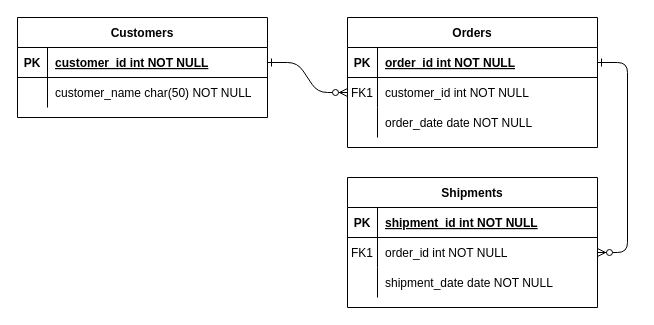
Above: Untitled Diagram.drawio in MatiasGonzalez1/diagrams_db (draw.io), before the change. Source tidied: cells renumbered, new cells numbered last; positions are measured from the earlier drawing's top-left corner, leaving out a move shared by most shapes. Both pictures are drawn from the tidied source at 100%, with x=0, y=0 at pixel (17, 17).
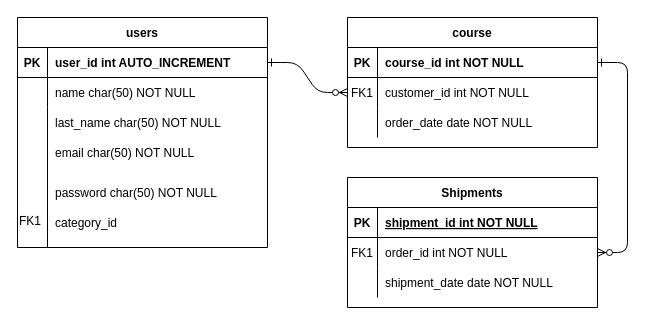
After the change.

The change refers to these unchanged cells:
```xml
<mxCell id="5" style="shape=partialRectangle;fillColor=none;points=[[0,0.5],[1,0.5]];portConstraint=eastwest;top=0;left=0;right=0;bottom=1;" parent="4" vertex="1">
  <mxGeometry y="30" width="250" height="30" as="geometry" />
</mxCell>
<mxCell id="25" style="shape=partialRectangle;fillColor=none;points=[[0,0.5],[1,0.5]];portConstraint=eastwest;top=0;left=0;right=0;bottom=1;" parent="24" vertex="1">
  <mxGeometry y="30" width="250" height="30" as="geometry" />
</mxCell>
<mxCell id="28" style="shape=partialRectangle;fillColor=none;top=0;left=0;right=0;bottom=0;" parent="24" vertex="1">
  <mxGeometry y="60" width="250" height="30" as="geometry" />
</mxCell>
```

The edit, as a diff of the source:
```diff
@@
-    <mxCell id="4" value="Orders" style="shape=table;startSize=30;childLayout=tableLayout;rowLines=0;fontStyle=1;align=center;" parent="1" vertex="1">
+    <mxCell id="4" value="course" style="shape=table;startSize=30;childLayout=tableLayout;rowLines=0;fontStyle=1;align=center;" parent="1" vertex="1">
       <mxGeometry x="330" width="250" height="130" as="geometry" />
     </mxCell>
@@
-    <mxCell id="7" value="order_id int NOT NULL " style="shape=partialRectangle;overflow=hidden;fillColor=none;top=0;left=0;bottom=0;right=0;align=left;spacingLeft=6;fontStyle=5;" parent="5" vertex="1">
+    <mxCell id="7" value="course_id int NOT NULL " style="shape=partialRectangle;overflow=hidden;fillColor=none;top=0;left=0;bottom=0;right=0;align=left;spacingLeft=6;fontStyle=1;" parent="5" vertex="1">
       <mxGeometry x="30" width="220" height="30" as="geometry" />
     </mxCell>
@@
-    <mxCell id="24" value="Customers" style="shape=table;startSize=30;childLayout=tableLayout;rowLines=0;fontStyle=1;align=center;" parent="1" vertex="1">
-      <mxGeometry width="250" height="100" as="geometry" />
+    <mxCell id="24" value="users" style="shape=table;startSize=30;childLayout=tableLayout;rowLines=0;fontStyle=1;align=center;" parent="1" vertex="1">
+      <mxGeometry width="250" height="230" as="geometry" />
     </mxCell>
@@
-    <mxCell id="27" value="customer_id int NOT NULL " style="shape=partialRectangle;overflow=hidden;fillColor=none;top=0;left=0;bottom=0;right=0;align=left;spacingLeft=6;fontStyle=5;" parent="25" vertex="1">
+    <mxCell id="27" value="user_id int AUTO_INCREMENT" style="shape=partialRectangle;overflow=hidden;fillColor=none;top=0;left=0;bottom=0;right=0;align=left;spacingLeft=6;fontStyle=1;" parent="25" vertex="1">
       <mxGeometry x="30" width="220" height="30" as="geometry" />
     </mxCell>
@@
-    <mxCell id="30" value="customer_name char(50) NOT NULL" style="shape=partialRectangle;overflow=hidden;fillColor=none;top=0;left=0;bottom=0;right=0;align=left;spacingLeft=6;" parent="28" vertex="1">
+    <mxCell id="30" value="name char(50) NOT NULL" style="shape=partialRectangle;overflow=hidden;fillColor=none;top=0;left=0;bottom=0;right=0;align=left;spacingLeft=6;" parent="28" vertex="1">
       <mxGeometry x="30" width="220" height="30" as="geometry" />
     </mxCell>
+    <mxCell id="31" value="last_name char(50) NOT NULL" style="shape=partialRectangle;overflow=hidden;fillColor=none;top=0;left=0;bottom=0;right=0;align=left;spacingLeft=6;" parent="1" vertex="1">
+      <mxGeometry x="30" y="90" width="220" height="30" as="geometry" />
+    </mxCell>
+    <mxCell id="32" value="email char(50) NOT NULL" style="shape=partialRectangle;overflow=hidden;fillColor=none;top=0;left=0;bottom=0;right=0;align=left;spacingLeft=6;" parent="1" vertex="1">
+      <mxGeometry x="30" y="120" width="220" height="30" as="geometry" />
+    </mxCell>
+    <mxCell id="33" value="password char(50) NOT NULL" style="shape=partialRectangle;overflow=hidden;fillColor=none;top=0;left=0;bottom=0;right=0;align=left;spacingLeft=6;" parent="1" vertex="1">
+      <mxGeometry x="30" y="160" width="220" height="30" as="geometry" />
+    </mxCell>
+    <mxCell id="34" value="category_id" style="shape=partialRectangle;overflow=hidden;fillColor=none;top=0;left=0;bottom=0;right=0;align=left;spacingLeft=6;" parent="1" vertex="1">
+      <mxGeometry x="30" y="190" width="220" height="30" as="geometry" />
+    </mxCell>
+    <mxCell id="35" style="endArrow=none;html=1;rounded=0;" parent="1" edge="1">
+      <mxGeometry relative="1" as="geometry">
+        <mxPoint x="30" y="230" as="sourcePoint" />
+        <mxPoint x="30" y="90" as="targetPoint" />
+      </mxGeometry>
+    </mxCell>
+    <mxCell id="36" value="&lt;span style=&quot;color: rgb(0, 0, 0); font-family: Helvetica; font-size: 12px; font-style: normal; font-variant-ligatures: normal; font-variant-caps: normal; font-weight: 400; letter-spacing: normal; orphans: 2; text-align: center; text-indent: 0px; text-transform: none; widows: 2; word-spacing: 0px; -webkit-text-stroke-width: 0px; background-color: rgb(248, 249, 250); text-decoration-thickness: initial; text-decoration-style: initial; text-decoration-color: initial; float: none; display: inline !important;&quot;&gt;FK1&lt;/span&gt;" style="text;whiteSpace=wrap;html=1;" parent="1" vertex="1">
+      <mxGeometry y="190" width="60" height="30" as="geometry" />
+    </mxCell>
```
